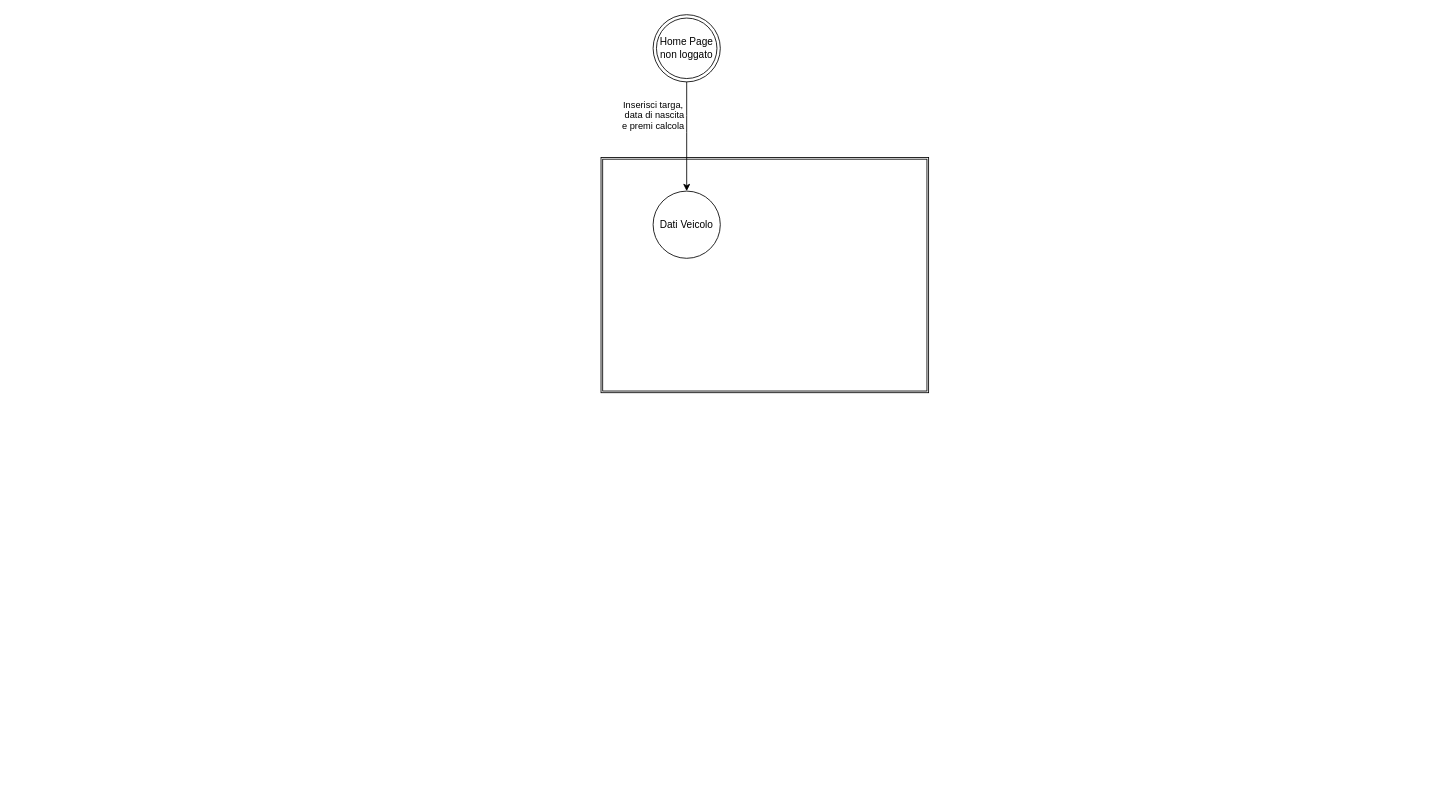
Before: Dati Veicolo.drawio in kaito93/Quixa, a draw.io diagram. Source tidied: cells renumbered, new cells numbered last; positions are measured from the earlier drawing's top-left corner, leaving out a move shared by most shapes. Both pictures are drawn from the tidied source at 84%, with x=0, y=0 at pixel (601, 14).
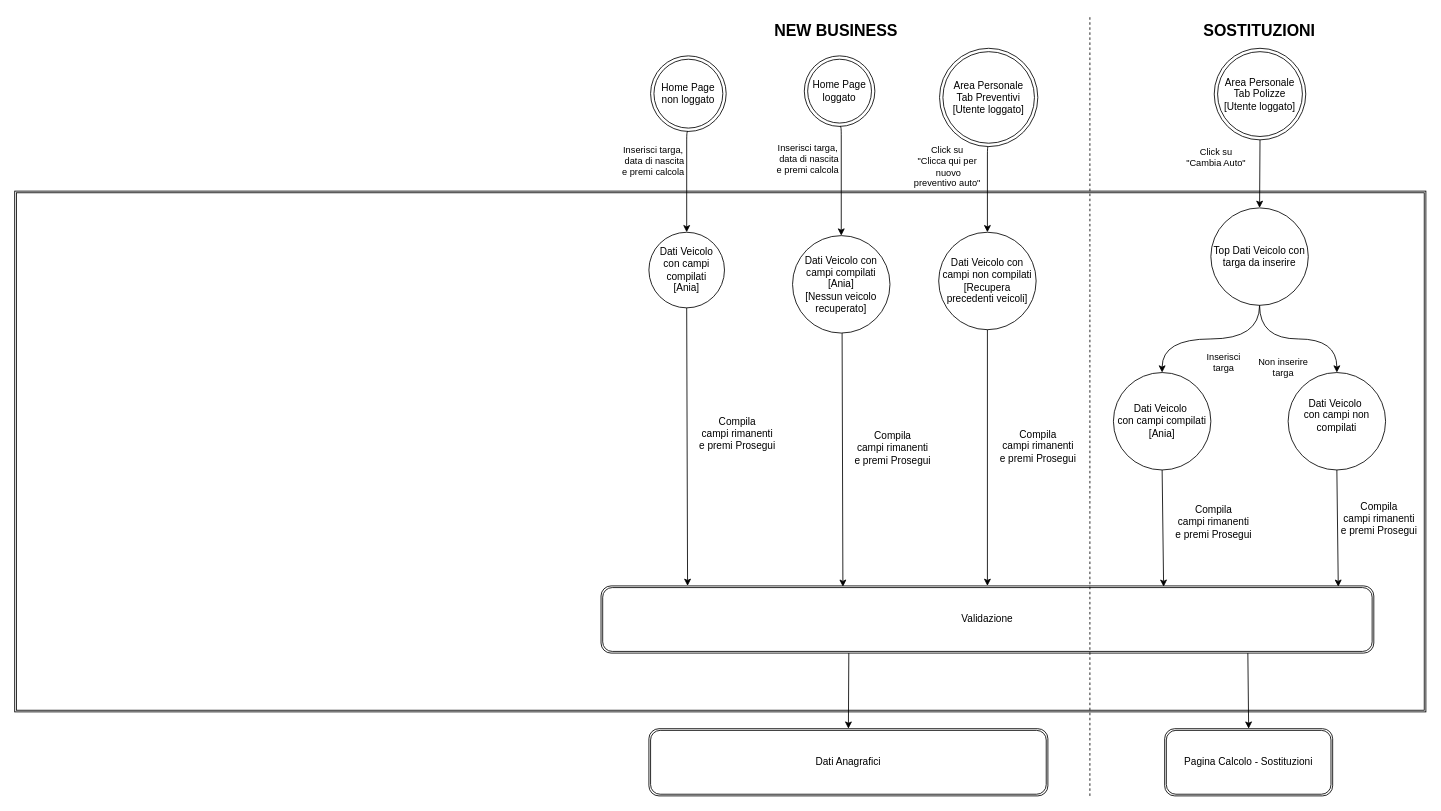
After the change.

What changed in the source:
```diff
@@
     <mxCell id="2" style="shape=ext;double=1;rounded=0;whiteSpace=wrap;html=1;" parent="1" vertex="1">
-      <mxGeometry y="170" width="390" height="280" as="geometry" />
+      <mxGeometry x="-698" y="210" width="1680" height="620" as="geometry" />
     </mxCell>
     <mxCell id="3" value="Home Page&lt;br&gt;non loggato&lt;br&gt;" style="ellipse;shape=doubleEllipse;whiteSpace=wrap;html=1;" parent="1" vertex="1">
-      <mxGeometry x="62" width="80" height="80" as="geometry" />
+      <mxGeometry x="59" y="49" width="90" height="90" as="geometry" />
     </mxCell>
     <mxCell id="4" value="Inserisci targa,&lt;br&gt;&amp;nbsp;data di nascita&lt;br&gt;e premi calcola&lt;br&gt;" style="edgeStyle=elbowEdgeStyle;elbow=horizontal;endArrow=classic;html=1;exitX=0.5;exitY=1;exitDx=0;exitDy=0;entryX=0.5;entryY=0;entryDx=0;entryDy=0;" parent="1" edge="1" source="3" target="5">
       <mxGeometry x="-0.23" y="-41" relative="1" as="geometry">
         <Array as="points">
-          <mxPoint x="102" y="130" />
-          <mxPoint x="92" y="150" />
+          <mxPoint x="102" y="188" />
+          <mxPoint x="92" y="208" />
         </Array>
         <mxPoint x="1" y="-10" as="offset" />
       </mxGeometry>
     </mxCell>
-    <mxCell id="5" value="Dati Veicolo" style="ellipse;whiteSpace=wrap;html=1;" parent="1" vertex="1">
-      <mxGeometry x="62" y="210" width="80" height="80" as="geometry" />
+    <mxCell id="5" value="Dati Veicolo&lt;br&gt;con campi compilati&lt;br&gt;[Ania]&lt;br&gt;" style="ellipse;whiteSpace=wrap;html=1;" parent="1" vertex="1">
+      <mxGeometry x="57" y="259" width="90" height="90" as="geometry" />
     </mxCell>
+    <mxCell id="6" value="Home Page&lt;br&gt;loggato&lt;br&gt;" style="ellipse;shape=doubleEllipse;whiteSpace=wrap;html=1;" parent="1" vertex="1">
+      <mxGeometry x="242" y="49" width="84" height="84" as="geometry" />
+    </mxCell>
+    <mxCell id="7" value="Inserisci targa,&lt;br&gt;&amp;nbsp;data di nascita&lt;br&gt;e premi calcola&lt;br&gt;" style="edgeStyle=elbowEdgeStyle;elbow=horizontal;endArrow=classic;html=1;exitX=0.5;exitY=1;exitDx=0;exitDy=0;entryX=0.5;entryY=0;entryDx=0;entryDy=0;" parent="1" edge="1" source="6" target="8">
+      <mxGeometry x="-0.23" y="-41" relative="1" as="geometry">
+        <Array as="points">
+          <mxPoint x="286" y="198" />
+          <mxPoint x="102" y="218" />
+        </Array>
+        <mxPoint x="1" y="-10" as="offset" />
+      </mxGeometry>
+    </mxCell>
+    <mxCell id="8" value="Dati Veicolo con campi compilati&lt;br&gt;[Ania]&lt;br&gt;[Nessun veicolo recuperato]&lt;br&gt;" style="ellipse;whiteSpace=wrap;html=1;" parent="1" vertex="1">
+      <mxGeometry x="228" y="263" width="116" height="116" as="geometry" />
+    </mxCell>
+    <mxCell id="9" value="Click su &lt;br&gt;&quot;Clicca qui per&lt;br&gt;&amp;nbsp;nuovo &lt;br&gt;preventivo auto&quot;&lt;br&gt;" style="edgeStyle=elbowEdgeStyle;elbow=horizontal;endArrow=classic;html=1;exitX=0.5;exitY=1;exitDx=0;exitDy=0;entryX=0.5;entryY=0;entryDx=0;entryDy=0;" parent="1" edge="1" source="34" target="10">
+      <mxGeometry x="-0.13" y="-52" relative="1" as="geometry">
+        <Array as="points">
+          <mxPoint x="460" y="208" />
+        </Array>
+        <mxPoint x="4" y="-20" as="offset" />
+      </mxGeometry>
+    </mxCell>
+    <mxCell id="10" value="Dati Veicolo con campi non compilati&lt;br&gt;[Recupera precedenti veicoli]&lt;br&gt;" style="ellipse;whiteSpace=wrap;html=1;" parent="1" vertex="1">
+      <mxGeometry x="402" y="259" width="116" height="116" as="geometry" />
+    </mxCell>
+    <mxCell id="11" value="&lt;b&gt;&lt;font style=&quot;font-size: 19px&quot;&gt;NEW BUSINESS&lt;/font&gt;&lt;/b&gt;" style="text;html=1;strokeColor=none;fillColor=none;align=center;verticalAlign=middle;whiteSpace=wrap;rounded=0;" parent="1" vertex="1">
+      <mxGeometry x="188" y="10" width="184" height="20" as="geometry" />
+    </mxCell>
+    <mxCell id="12" value="&lt;b&gt;&lt;font style=&quot;font-size: 19px&quot;&gt;SOSTITUZIONI&lt;/font&gt;&lt;/b&gt;" style="text;html=1;strokeColor=none;fillColor=none;align=center;verticalAlign=middle;whiteSpace=wrap;rounded=0;" parent="1" vertex="1">
+      <mxGeometry x="692" y="10" width="184" height="20" as="geometry" />
+    </mxCell>
+    <mxCell id="13" value="Inserisci &lt;br&gt;targa" style="edgeStyle=orthogonalEdgeStyle;jettySize=auto;html=1;curved=1;" parent="1" edge="1" source="14" target="15">
+      <mxGeometry x="-0.15" y="28" relative="1" as="geometry" />
+    </mxCell>
+    <mxCell id="14" value="Top Dati Veicolo con targa da inserire&lt;br&gt;" style="ellipse;whiteSpace=wrap;html=1;" parent="1" vertex="1">
+      <mxGeometry x="726" y="230" width="116" height="116" as="geometry" />
+    </mxCell>
+    <mxCell id="15" value="Dati Veicolo&amp;nbsp;&lt;br&gt;con campi compilati&lt;br&gt;[Ania]&lt;br&gt;" style="ellipse;whiteSpace=wrap;html=1;" parent="1" vertex="1">
+      <mxGeometry x="610" y="426" width="116" height="116" as="geometry" />
+    </mxCell>
+    <mxCell id="16" value="Click su&lt;br&gt;&quot;Cambia Auto&quot;&lt;br&gt;" style="edgeStyle=elbowEdgeStyle;elbow=horizontal;endArrow=classic;html=1;exitX=0.5;exitY=1;exitDx=0;exitDy=0;entryX=0.5;entryY=0;entryDx=0;entryDy=0;" parent="1" edge="1" source="17" target="14">
+      <mxGeometry x="0.46" y="-64" relative="1" as="geometry">
+        <Array as="points">
+          <mxPoint x="784" y="208" />
+        </Array>
+        <mxPoint x="12" y="-38" as="offset" />
+      </mxGeometry>
+    </mxCell>
+    <mxCell id="17" value="Area Personale&lt;br&gt;Tab Polizze&lt;br&gt;[Utente loggato]&lt;br&gt;" style="ellipse;shape=doubleEllipse;whiteSpace=wrap;html=1;" parent="1" vertex="1">
+      <mxGeometry x="730" y="40" width="109" height="109" as="geometry" />
+    </mxCell>
+    <mxCell id="18" value="Non inserire &lt;br&gt;targa" style="edgeStyle=orthogonalEdgeStyle;jettySize=auto;html=1;curved=1;exitX=0.5;exitY=1;exitDx=0;exitDy=0;" parent="1" edge="1" source="14" target="19">
+      <mxGeometry x="-0.53" y="44" relative="1" as="geometry">
+        <mxPoint x="28" y="78" as="offset" />
+      </mxGeometry>
+    </mxCell>
+    <mxCell id="19" value="Dati Veicolo&amp;nbsp;&lt;br&gt;con campi non compilati&lt;br&gt;&lt;br&gt;" style="ellipse;whiteSpace=wrap;html=1;" parent="1" vertex="1">
+      <mxGeometry x="818" y="426" width="116" height="116" as="geometry" />
+    </mxCell>
+    <mxCell id="20" value="Validazione" style="shape=ext;double=1;rounded=1;whiteSpace=wrap;html=1;" parent="1" vertex="1">
+      <mxGeometry y="680" width="920" height="80" as="geometry" />
+    </mxCell>
+    <mxCell id="21" style="endArrow=none;dashed=1;html=1;" parent="1" edge="1">
+      <mxGeometry relative="1" as="geometry">
+        <mxPoint x="582" y="930" as="sourcePoint" />
+        <mxPoint x="582" as="targetPoint" />
+      </mxGeometry>
+    </mxCell>
+    <mxCell id="22" style="endArrow=classic;html=1;exitX=0.5;exitY=1;exitDx=0;exitDy=0;entryX=0.112;entryY=0;entryDx=0;entryDy=0;entryPerimeter=0;" parent="1" edge="1" source="5" target="20">
+      <mxGeometry relative="1" as="geometry" />
+    </mxCell>
+    <mxCell id="23" value="Compila &lt;br&gt;campi rimanenti &lt;br&gt;e premi Prosegui" style="text;html=1;align=center;verticalAlign=middle;labelBackgroundColor=#ffffff;" parent="22" vertex="1">
+      <mxGeometry x="-0.08" y="2" relative="1" as="geometry">
+        <mxPoint x="57.5" y="-2" as="offset" />
+      </mxGeometry>
+    </mxCell>
+    <mxCell id="24" style="endArrow=classic;html=1;exitX=0.5;exitY=1;exitDx=0;exitDy=0;entryX=0.313;entryY=0.013;entryDx=0;entryDy=0;entryPerimeter=0;" parent="1" edge="1" target="20">
+      <mxGeometry relative="1" as="geometry">
+        <mxPoint x="287" y="379" as="sourcePoint" />
+      </mxGeometry>
+    </mxCell>
+    <mxCell id="25" value="Compila &lt;br&gt;campi rimanenti &lt;br&gt;e premi Prosegui" style="text;html=1;align=center;verticalAlign=middle;labelBackgroundColor=#ffffff;" parent="24" vertex="1">
+      <mxGeometry x="-0.08" y="2" relative="1" as="geometry">
+        <mxPoint x="57.5" y="-2" as="offset" />
+      </mxGeometry>
+    </mxCell>
+    <mxCell id="26" style="endArrow=classic;html=1;exitX=0.5;exitY=1;exitDx=0;exitDy=0;entryX=0.5;entryY=0;entryDx=0;entryDy=0;" parent="1" edge="1" source="10" target="20">
+      <mxGeometry relative="1" as="geometry" />
+    </mxCell>
+    <mxCell id="27" value="Compila &lt;br&gt;campi rimanenti &lt;br&gt;e premi Prosegui" style="text;html=1;align=center;verticalAlign=middle;labelBackgroundColor=#ffffff;" parent="26" vertex="1">
+      <mxGeometry x="-0.08" y="2" relative="1" as="geometry">
+        <mxPoint x="57.5" y="-2" as="offset" />
+      </mxGeometry>
+    </mxCell>
+    <mxCell id="28" style="endArrow=classic;html=1;exitX=0.5;exitY=1;exitDx=0;exitDy=0;entryX=0.728;entryY=0.013;entryDx=0;entryDy=0;entryPerimeter=0;" parent="1" edge="1" source="15" target="20">
+      <mxGeometry relative="1" as="geometry" />
+    </mxCell>
+    <mxCell id="29" value="Compila &lt;br&gt;campi rimanenti &lt;br&gt;e premi Prosegui" style="text;html=1;align=center;verticalAlign=middle;labelBackgroundColor=#ffffff;" parent="28" vertex="1">
+      <mxGeometry x="-0.08" y="2" relative="1" as="geometry">
+        <mxPoint x="57.5" y="-2" as="offset" />
+      </mxGeometry>
+    </mxCell>
+    <mxCell id="30" style="endArrow=classic;html=1;exitX=0.5;exitY=1;exitDx=0;exitDy=0;entryX=0.954;entryY=0.013;entryDx=0;entryDy=0;entryPerimeter=0;" parent="1" edge="1" source="19" target="20">
+      <mxGeometry relative="1" as="geometry" />
+    </mxCell>
+    <mxCell id="31" value="Compila &lt;br&gt;campi rimanenti &lt;br&gt;e premi Prosegui" style="text;html=1;align=center;verticalAlign=middle;labelBackgroundColor=#ffffff;" parent="30" vertex="1">
+      <mxGeometry x="-0.08" y="2" relative="1" as="geometry">
+        <mxPoint x="47" y="-6" as="offset" />
+      </mxGeometry>
+    </mxCell>
+    <mxCell id="32" value="Dati Anagrafici" style="shape=ext;double=1;rounded=1;whiteSpace=wrap;html=1;" parent="1" vertex="1">
+      <mxGeometry x="57" y="850" width="475" height="80" as="geometry" />
+    </mxCell>
+    <mxCell id="33" style="endArrow=classic;html=1;entryX=0.5;entryY=0;entryDx=0;entryDy=0;" parent="1" edge="1" target="32">
+      <mxGeometry relative="1" as="geometry">
+        <mxPoint x="295" y="760" as="sourcePoint" />
+      </mxGeometry>
+    </mxCell>
+    <mxCell id="34" value="Area Personale&lt;br&gt;Tab Preventivi&lt;br&gt;[Utente loggato]&lt;br&gt;" style="ellipse;shape=doubleEllipse;whiteSpace=wrap;html=1;" parent="1" vertex="1">
+      <mxGeometry x="403" y="40" width="117" height="117" as="geometry" />
+    </mxCell>
+    <mxCell id="35" style="endArrow=classic;html=1;exitX=0.837;exitY=1;exitDx=0;exitDy=0;exitPerimeter=0;entryX=0.5;entryY=0;entryDx=0;entryDy=0;" parent="1" edge="1" source="20" target="36">
+      <mxGeometry relative="1" as="geometry" />
+    </mxCell>
+    <mxCell id="36" value="Pagina Calcolo - Sostituzioni" style="shape=ext;double=1;rounded=1;whiteSpace=wrap;html=1;" parent="1" vertex="1">
+      <mxGeometry x="671" y="850" width="200" height="80" as="geometry" />
+    </mxCell>
```
